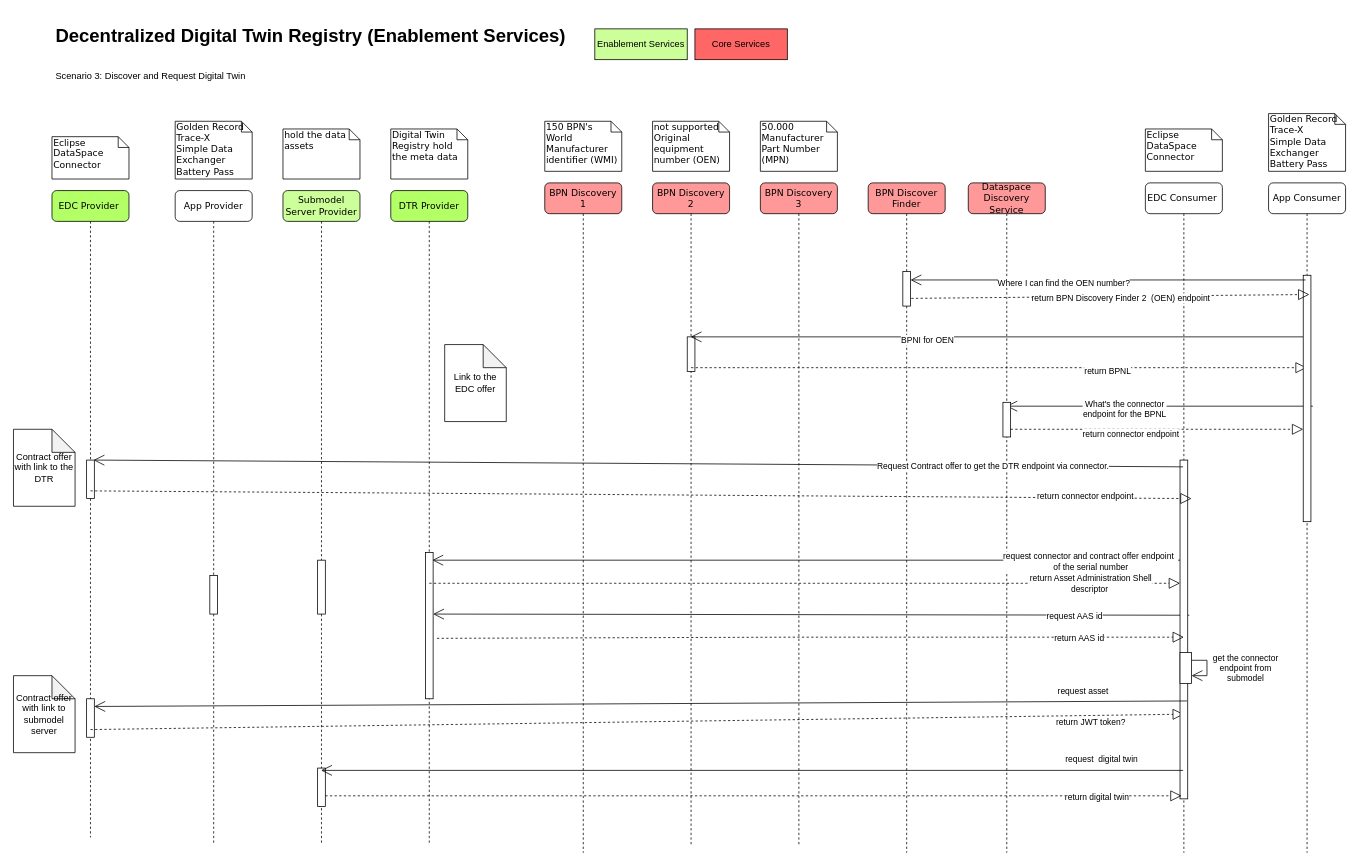
eclipse-tractusx/sldt-bpn-discovery keeps this draw.io diagram as docs/media/drawings/decentrilzedDTR-DiscoverRequestDigitalTwin.drawio. Above is the earlier version. Source tidied: cells renumbered, new cells numbered last; positions are measured from the earlier drawing's top-left corner, leaving out a move shared by most shapes. Both pictures are drawn from the tidied source at 77%, with x=0, y=0 at pixel (13, 21).
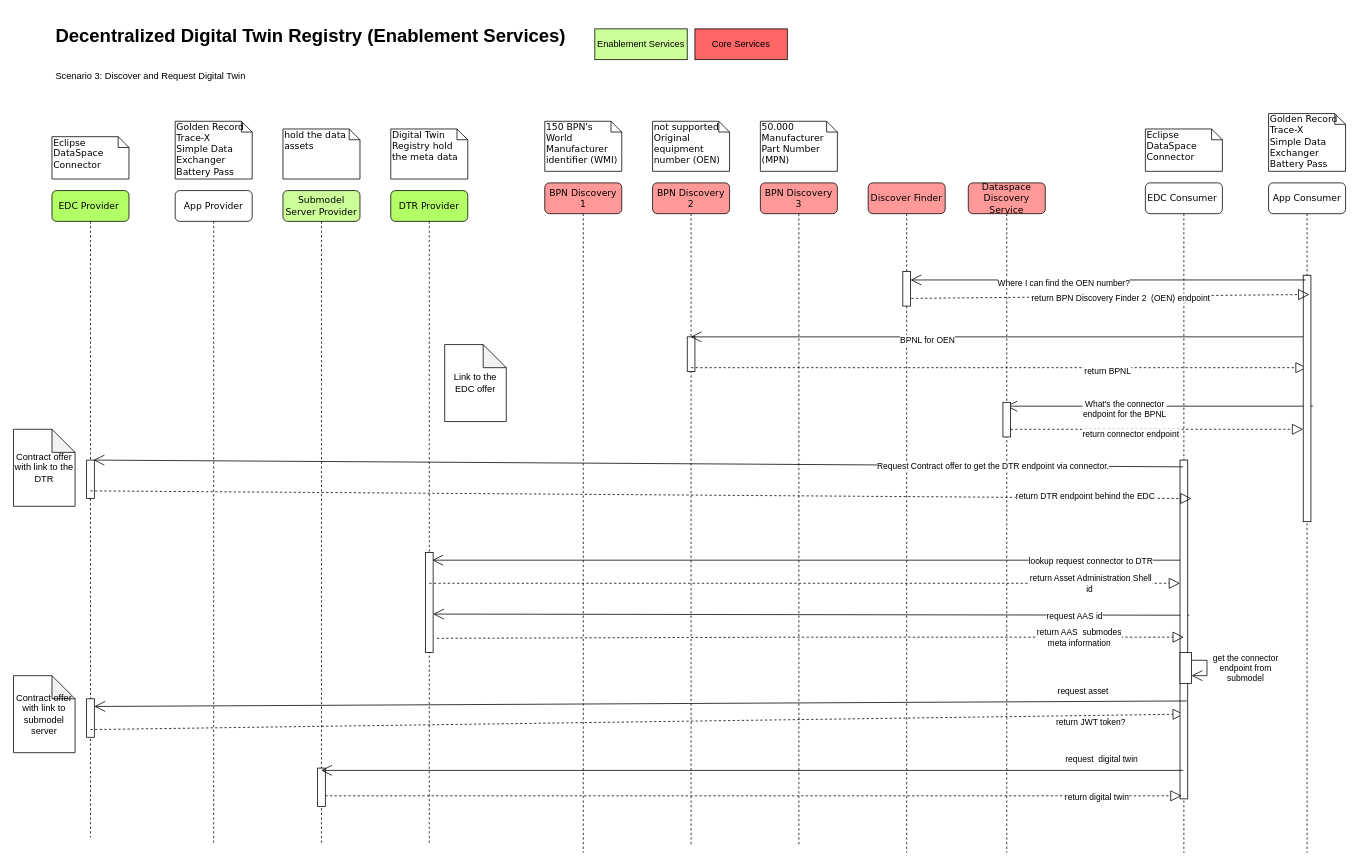
Above is the later version.

The change refers to these unchanged cells:
```xml
<mxCell id="14" style="endArrow=open;endFill=1;endSize=12;html=1;rounded=0;entryX=0.54;entryY=0.807;entryDx=0;entryDy=0;entryPerimeter=0;" parent="12" edge="1">
  <mxGeometry relative="1" as="geometry">
    <mxPoint x="275" y="490" as="sourcePoint" />
    <mxPoint x="-696" y="490" as="targetPoint" />
  </mxGeometry>
</mxCell>
<mxCell id="22" style="endArrow=open;endFill=1;endSize=12;html=1;rounded=0;exitX=0.3;exitY=0.019;exitDx=0;exitDy=0;exitPerimeter=0;" parent="20" edge="1" target="5">
  <mxGeometry relative="1" as="geometry">
    <mxPoint x="565" y="200" as="sourcePoint" />
  </mxGeometry>
</mxCell>
<mxCell id="29" value="App Provider" style="shape=umlLifeline;perimeter=lifelinePerimeter;whiteSpace=wrap;html=1;rounded=1;shadow=0;comic=0;labelBackgroundColor=none;strokeWidth=1;fontFamily=Verdana;fontSize=12;align=center;fillColor=none;" parent="1" vertex="1">
  <mxGeometry x="210" y="220" width="100" height="850" as="geometry" />
</mxCell>
<mxCell id="31" value="Submodel Server Provider" style="shape=umlLifeline;perimeter=lifelinePerimeter;whiteSpace=wrap;html=1;outlineConnect=0;rounded=1;shadow=0;comic=0;labelBackgroundColor=none;strokeWidth=1;fontFamily=Verdana;fontSize=12;align=center;fillColor=#CCFF99;" parent="1" vertex="1">
  <mxGeometry x="350" y="220" width="100" height="850" as="geometry" />
</mxCell>
<mxCell id="34" value="DTR Provider" style="shape=umlLifeline;perimeter=lifelinePerimeter;whiteSpace=wrap;html=1;rounded=1;shadow=0;comic=0;labelBackgroundColor=none;strokeWidth=1;fontFamily=Verdana;fontSize=12;align=center;fillColor=#B3FF66;" parent="1" vertex="1">
  <mxGeometry x="490" y="220" width="100" height="850" as="geometry" />
</mxCell>
<mxCell id="57" style="endArrow=block;dashed=1;endFill=0;endSize=12;html=1;rounded=0;" parent="1" edge="1">
  <mxGeometry relative="1" as="geometry">
    <mxPoint x="100" y="610" as="sourcePoint" />
    <mxPoint x="1530" y="620" as="targetPoint" />
  </mxGeometry>
</mxCell>
<mxCell id="59" style="endArrow=block;dashed=1;endFill=0;endSize=12;html=1;rounded=0;" parent="1" edge="1" target="42">
  <mxGeometry relative="1" as="geometry">
    <mxPoint x="540" y="730" as="sourcePoint" />
  </mxGeometry>
</mxCell>
<mxCell id="62" style="endArrow=block;dashed=1;endFill=0;endSize=12;html=1;rounded=0;exitX=0.5;exitY=0.75;exitDx=0;exitDy=0;exitPerimeter=0;" parent="1" edge="1">
  <mxGeometry relative="1" as="geometry">
    <mxPoint x="550" y="801.5" as="sourcePoint" />
    <mxPoint x="1520" y="800" as="targetPoint" />
    <Array as="points">
      <mxPoint x="1010" y="800" />
      <mxPoint x="1460" y="800" />
    </Array>
  </mxGeometry>
</mxCell>
```

The edit, as a diff of the source:
```diff
@@
-    <mxCell id="15" value="request connector and contract offer endpoint &amp;nbsp;&lt;br&gt;of the serial number" style="edgeLabel;html=1;align=center;verticalAlign=middle;" parent="14" vertex="1">
+    <mxCell id="15" value="lookup request connector to DTR" style="edgeLabel;html=1;align=center;verticalAlign=middle;" parent="14" vertex="1">
       <mxGeometry x="-0.76" y="1" relative="1" as="geometry" />
     </mxCell>
@@
-    <mxCell id="20" value="BPN Discover Finder" style="shape=umlLifeline;perimeter=lifelinePerimeter;whiteSpace=wrap;html=1;rounded=1;shadow=0;comic=0;labelBackgroundColor=none;strokeWidth=1;fontFamily=Verdana;fontSize=12;align=center;fillColor=#FF9999;" parent="1" vertex="1">
+    <mxCell id="20" value="Discover Finder" style="shape=umlLifeline;perimeter=lifelinePerimeter;whiteSpace=wrap;html=1;rounded=1;shadow=0;comic=0;labelBackgroundColor=none;strokeWidth=1;fontFamily=Verdana;fontSize=12;align=center;fillColor=#FF9999;" parent="1" vertex="1">
       <mxGeometry x="1110" y="210" width="100" height="870" as="geometry" />
     </mxCell>
@@
-    <mxCell id="23" value="BPNI for OEN" style="edgeLabel;html=1;align=center;verticalAlign=middle;" parent="22" vertex="1">
+    <mxCell id="23" value="BPNL for OEN" style="edgeLabel;html=1;align=center;verticalAlign=middle;" parent="22" vertex="1">
       <mxGeometry x="0.23" y="3" relative="1" as="geometry" />
     </mxCell>
@@
-    <mxCell id="30" style="html=1;perimeter=orthogonalPerimeter;rounded=0;shadow=0;comic=0;labelBackgroundColor=none;strokeWidth=1;fontFamily=Verdana;fontSize=12;align=center;" parent="29" vertex="1">
-      <mxGeometry x="45" y="500" width="10" height="50" as="geometry" />
-    </mxCell>
@@
-    <mxCell id="32" style="html=1;perimeter=orthogonalPerimeter;rounded=0;shadow=0;comic=0;labelBackgroundColor=none;strokeWidth=1;fontFamily=Verdana;fontSize=12;align=center;" parent="31" vertex="1">
-      <mxGeometry x="45" y="480" width="10" height="70" as="geometry" />
-    </mxCell>
@@
     <mxCell id="35" style="html=1;perimeter=orthogonalPerimeter;rounded=0;shadow=0;comic=0;labelBackgroundColor=none;strokeWidth=1;fontFamily=Verdana;fontSize=12;align=center;" parent="34" vertex="1">
-      <mxGeometry x="45" y="470" width="10" height="190" as="geometry" />
+      <mxGeometry x="45" y="470" width="10" height="130" as="geometry" />
     </mxCell>
@@
-    <mxCell id="58" value="return connector endpoint" style="edgeLabel;html=1;align=center;verticalAlign=middle;" parent="57" vertex="1">
+    <mxCell id="58" value="return DTR endpoint behind the EDC" style="edgeLabel;html=1;align=center;verticalAlign=middle;" parent="57" vertex="1">
       <mxGeometry x="-0.61" y="-3" relative="1" as="geometry">
         <mxPoint x="1013" y="2" as="offset" />
       </mxGeometry>
     </mxCell>
@@
-    <mxCell id="60" value="return Asset Administration Shell &lt;br&gt;descriptor&amp;nbsp;" style="edgeLabel;html=1;align=center;verticalAlign=middle;" parent="59" vertex="1">
+    <mxCell id="60" value="return Asset Administration Shell &lt;br&gt;id&amp;nbsp;" style="edgeLabel;html=1;align=center;verticalAlign=middle;" parent="59" vertex="1">
       <mxGeometry x="0.86" y="4" relative="1" as="geometry">
         <mxPoint x="-49" y="4" as="offset" />
       </mxGeometry>
     </mxCell>
@@
-    <mxCell id="63" value="return AAS id" style="edgeLabel;html=1;align=center;verticalAlign=middle;" parent="62" vertex="1">
+    <mxCell id="63" value="return AAS &amp;nbsp;submodes &lt;br&gt;meta information" style="edgeLabel;html=1;align=center;verticalAlign=middle;" parent="62" vertex="1">
       <mxGeometry x="0.72" relative="1" as="geometry" />
     </mxCell>
```
